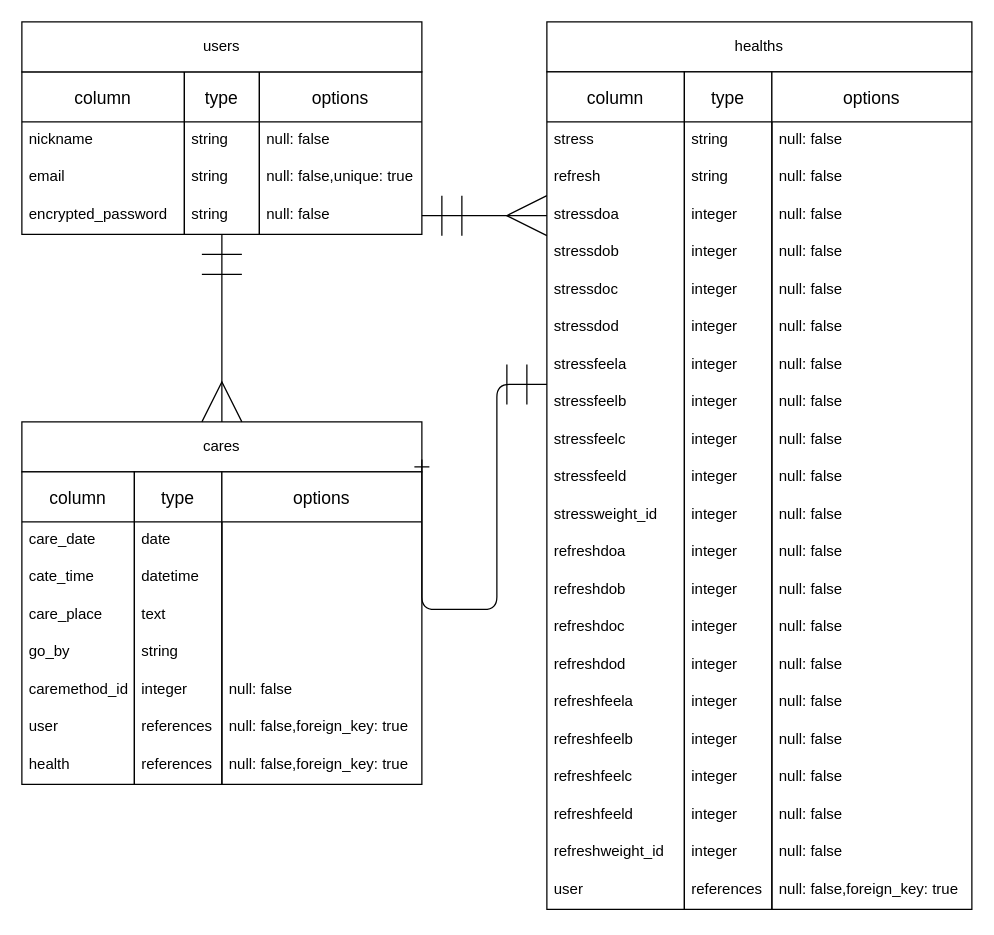
Earlier version of the draw.io diagram healthcare.dio (Sugi-Hi/healthcare-39228). Source tidied: cells renumbered, new cells numbered last; positions are measured from the earlier drawing's top-left corner, leaving out a move shared by most shapes. Both pictures are drawn from the tidied source at 125%, with x=0, y=0 at pixel (21, 21).
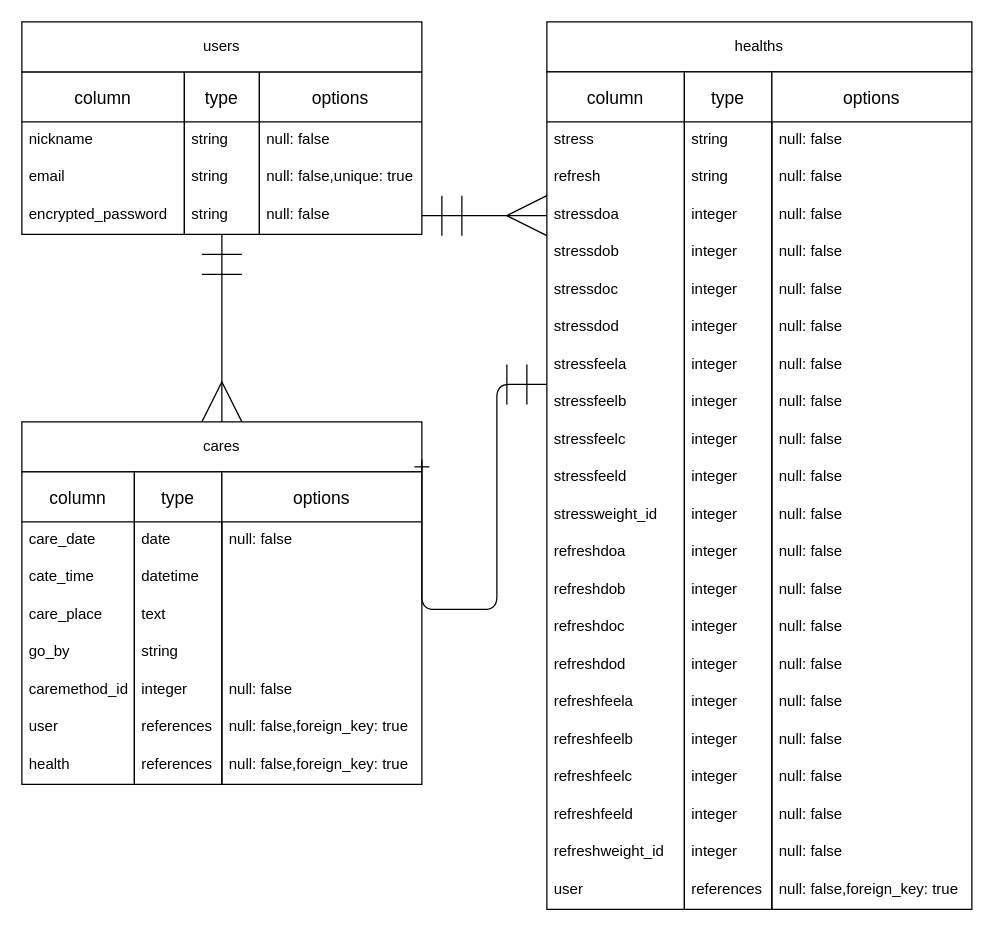
The same page after the edit.

Commit message (it also covers changes not shown here):
README・ER図の更新

Unchanged cells that the change refers to:
```xml
<mxCell id="99" value="options" style="swimlane;fontStyle=0;horizontal=1;startSize=40;align=center;fontSize=14;" parent="1" vertex="1">
  <mxGeometry x="160" y="360" width="160" height="250" as="geometry" />
</mxCell>
```

Change to the diagram source:
```diff
@@
-    <mxCell id="100" value=" " style="text;strokeColor=none;fillColor=none;spacingLeft=4;spacingRight=4;overflow=hidden;fontSize=12;" parent="99" vertex="1">
+    <mxCell id="100" value="null: false" style="text;strokeColor=none;fillColor=none;spacingLeft=4;spacingRight=4;overflow=hidden;fontSize=12;" parent="99" vertex="1">
       <mxGeometry y="40" width="160" height="30" as="geometry" />
     </mxCell>
```
